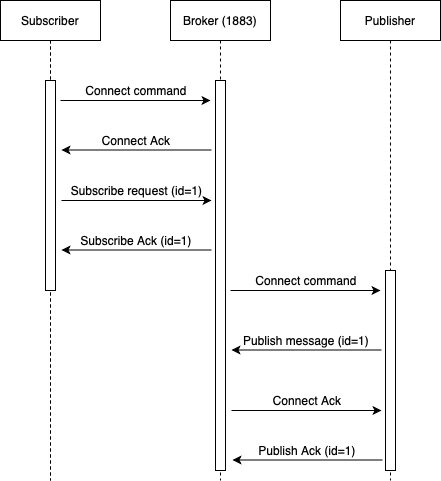
This is Lab 2/SequenceDiagramLab2IoTQoS1.png from emilr15/IKT-520_IoT, a draw.io export, as it was before one commit. Source tidied: cells renumbered, new cells last; positions are measured from the earlier drawing's top-left corner, leaving out a move shared by most shapes.
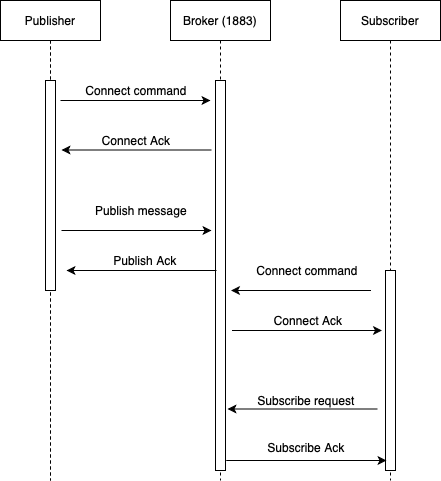
After the commit.

Diff of the diagram source:
```diff
@@ -2,13 +2,13 @@
   <root>
     <mxCell id="0" />
     <mxCell id="1" parent="0" />
-    <mxCell id="2" value="Publisher" style="shape=umlLifeline;perimeter=lifelinePerimeter;whiteSpace=wrap;html=1;" parent="1" vertex="1">
+    <mxCell id="2" value="Subscriber" style="shape=umlLifeline;perimeter=lifelinePerimeter;whiteSpace=wrap;html=1;" parent="1" vertex="1">
       <mxGeometry x="340" width="100" height="480" as="geometry" />
     </mxCell>
     <mxCell id="3" style="html=1;perimeter=orthogonalPerimeter;" parent="2" vertex="1">
       <mxGeometry x="45" y="270" width="10" height="200" as="geometry" />
     </mxCell>
-    <mxCell id="4" value="Subscriber" style="shape=umlLifeline;perimeter=lifelinePerimeter;whiteSpace=wrap;html=1;" parent="1" vertex="1">
+    <mxCell id="4" value="Publisher" style="shape=umlLifeline;perimeter=lifelinePerimeter;whiteSpace=wrap;html=1;" parent="1" vertex="1">
       <mxGeometry width="100" height="480" as="geometry" />
     </mxCell>
     <mxCell id="5" style="html=1;perimeter=orthogonalPerimeter;" parent="4" vertex="1">
@@ -38,59 +38,62 @@
     <mxCell id="11" value="Connect Ack" style="text;html=1;strokeColor=none;fillColor=none;align=center;verticalAlign=middle;whiteSpace=wrap;rounded=0;" parent="1" vertex="1">
       <mxGeometry x="76" y="130" width="120" height="20" as="geometry" />
     </mxCell>
-    <mxCell id="12" style="endArrow=classic;html=1;" parent="1" edge="1">
-      <mxGeometry relative="1" as="geometry">
-        <mxPoint x="61" y="200" as="sourcePoint" />
-        <mxPoint x="211" y="200" as="targetPoint" />
-      </mxGeometry>
-    </mxCell>
-    <mxCell id="13" value="Subscribe request (id=1)" style="text;html=1;strokeColor=none;fillColor=none;align=center;verticalAlign=middle;whiteSpace=wrap;rounded=0;" parent="1" vertex="1">
-      <mxGeometry x="65.5" y="180" width="141" height="20" as="geometry" />
-    </mxCell>
     <mxCell id="14" style="endArrow=classic;html=1;" parent="1" edge="1">
       <mxGeometry relative="1" as="geometry">
-        <mxPoint x="211" y="249.5" as="sourcePoint" />
-        <mxPoint x="61" y="249.5" as="targetPoint" />
+        <mxPoint x="216" y="270" as="sourcePoint" />
+        <mxPoint x="66" y="270" as="targetPoint" />
       </mxGeometry>
     </mxCell>
-    <mxCell id="15" value="Subscribe Ack (id=1)" style="text;html=1;strokeColor=none;fillColor=none;align=center;verticalAlign=middle;whiteSpace=wrap;rounded=0;" parent="1" vertex="1">
-      <mxGeometry x="76" y="230" width="120" height="20" as="geometry" />
-    </mxCell>
-    <mxCell id="16" style="endArrow=classic;html=1;" parent="1" edge="1">
-      <mxGeometry relative="1" as="geometry">
-        <mxPoint x="230" y="290" as="sourcePoint" />
-        <mxPoint x="380" y="290" as="targetPoint" />
-      </mxGeometry>
-    </mxCell>
     <mxCell id="17" value="Connect command" style="text;html=1;strokeColor=none;fillColor=none;align=center;verticalAlign=middle;whiteSpace=wrap;rounded=0;" parent="1" vertex="1">
-      <mxGeometry x="246" y="270" width="120" height="20" as="geometry" />
+      <mxGeometry x="246.5" y="260" width="120" height="20" as="geometry" />
     </mxCell>
     <mxCell id="18" style="endArrow=classic;html=1;" parent="1" edge="1">
       <mxGeometry relative="1" as="geometry">
-        <mxPoint x="381" y="349.5" as="sourcePoint" />
-        <mxPoint x="231" y="349.5" as="targetPoint" />
+        <mxPoint x="377" y="408.5" as="sourcePoint" />
+        <mxPoint x="227" y="408.5" as="targetPoint" />
       </mxGeometry>
     </mxCell>
-    <mxCell id="19" value="Publish message (id=1)" style="text;html=1;strokeColor=none;fillColor=none;align=center;verticalAlign=middle;whiteSpace=wrap;rounded=0;" parent="1" vertex="1">
-      <mxGeometry x="239" y="330" width="134" height="20" as="geometry" />
+    <mxCell id="19" value="Subscribe request" style="text;html=1;strokeColor=none;fillColor=none;align=center;verticalAlign=middle;whiteSpace=wrap;rounded=0;" parent="1" vertex="1">
+      <mxGeometry x="239" y="390" width="134" height="20" as="geometry" />
     </mxCell>
     <mxCell id="20" style="endArrow=classic;html=1;" parent="1" edge="1">
       <mxGeometry relative="1" as="geometry">
-        <mxPoint x="231" y="410" as="sourcePoint" />
-        <mxPoint x="381" y="410" as="targetPoint" />
+        <mxPoint x="231.5" y="330" as="sourcePoint" />
+        <mxPoint x="381.5" y="330" as="targetPoint" />
       </mxGeometry>
     </mxCell>
     <mxCell id="21" value="Connect Ack" style="text;html=1;strokeColor=none;fillColor=none;align=center;verticalAlign=middle;whiteSpace=wrap;rounded=0;" parent="1" vertex="1">
-      <mxGeometry x="247" y="390" width="120" height="20" as="geometry" />
+      <mxGeometry x="247.5" y="310" width="120" height="20" as="geometry" />
     </mxCell>
     <mxCell id="22" style="endArrow=classic;html=1;" parent="1" edge="1">
       <mxGeometry relative="1" as="geometry">
-        <mxPoint x="382" y="459.5" as="sourcePoint" />
-        <mxPoint x="232" y="459.5" as="targetPoint" />
+        <mxPoint x="226" y="460" as="sourcePoint" />
+        <mxPoint x="386" y="460" as="targetPoint" />
       </mxGeometry>
     </mxCell>
-    <mxCell id="23" value="Publish Ack (id=1)" style="text;html=1;strokeColor=none;fillColor=none;align=center;verticalAlign=middle;whiteSpace=wrap;rounded=0;" parent="1" vertex="1">
-      <mxGeometry x="240" y="440" width="134" height="20" as="geometry" />
+    <mxCell id="23" value="Subscribe Ack" style="text;html=1;strokeColor=none;fillColor=none;align=center;verticalAlign=middle;whiteSpace=wrap;rounded=0;" parent="1" vertex="1">
+      <mxGeometry x="239" y="437" width="134" height="20" as="geometry" />
     </mxCell>
+    <mxCell id="24" style="endArrow=classic;html=1;" parent="1" edge="1">
+      <mxGeometry relative="1" as="geometry">
+        <mxPoint x="320" y="290" as="sourcePoint" />
+        <mxPoint x="230.5" y="290" as="targetPoint" />
+        <Array as="points">
+          <mxPoint x="380.5" y="290" />
+        </Array>
+      </mxGeometry>
+    </mxCell>
+    <mxCell id="25" value="Publish Ack" style="text;html=1;strokeColor=none;fillColor=none;align=center;verticalAlign=middle;whiteSpace=wrap;rounded=0;" parent="1" vertex="1">
+      <mxGeometry x="85" y="250" width="120" height="20" as="geometry" />
+    </mxCell>
+    <mxCell id="26" value="Publish message" style="text;html=1;strokeColor=none;fillColor=none;align=center;verticalAlign=middle;whiteSpace=wrap;rounded=0;" parent="1" vertex="1">
+      <mxGeometry x="81" y="200" width="120" height="20" as="geometry" />
+    </mxCell>
+    <mxCell id="27" style="endArrow=classic;html=1;" parent="1" edge="1">
+      <mxGeometry relative="1" as="geometry">
+        <mxPoint x="61" y="230" as="sourcePoint" />
+        <mxPoint x="211" y="230" as="targetPoint" />
+      </mxGeometry>
+    </mxCell>
   </root>
 </mxGraphModel>
```
